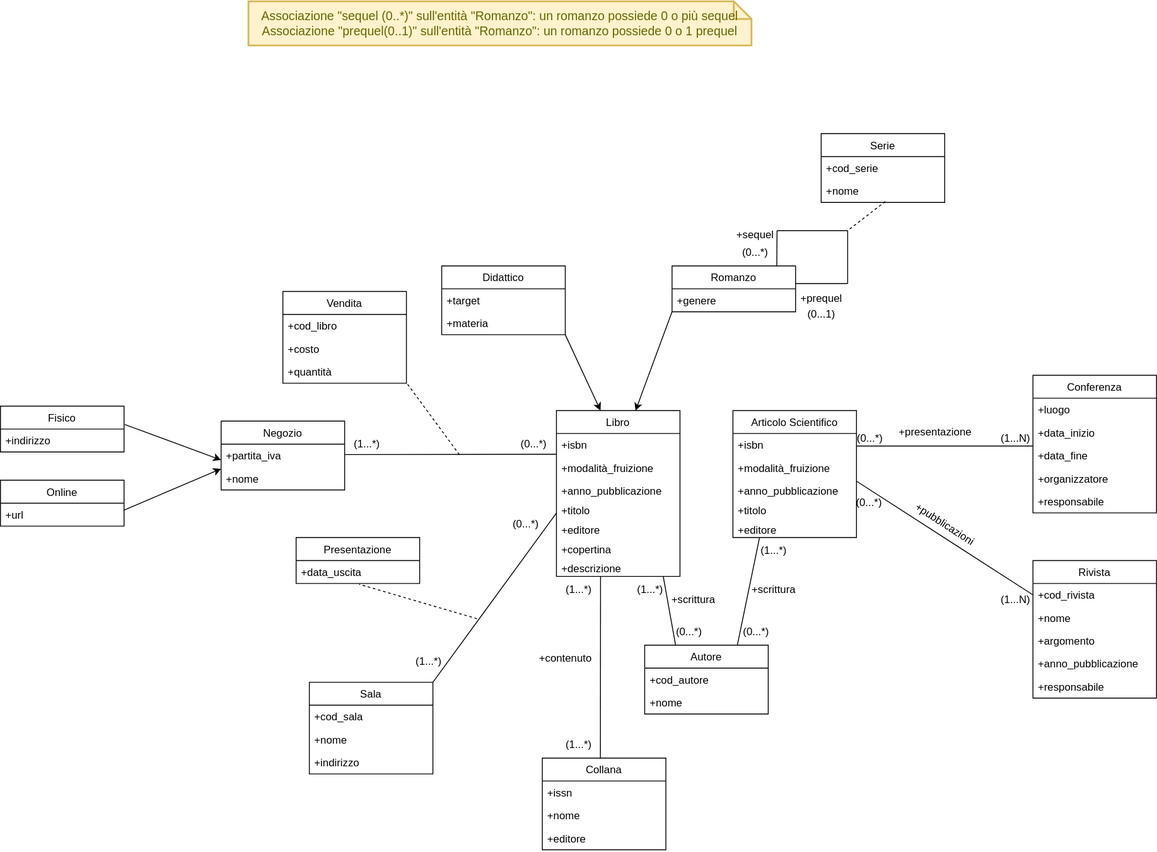
Before: Modello_Concettuale.drawio.svg, a diagram exported from draw.io (m3tt0/Progetto_OB_BASI). Source tidied: cells renumbered, new cells last; positions are measured from the earlier drawing's top-left corner, leaving out a move shared by most shapes.
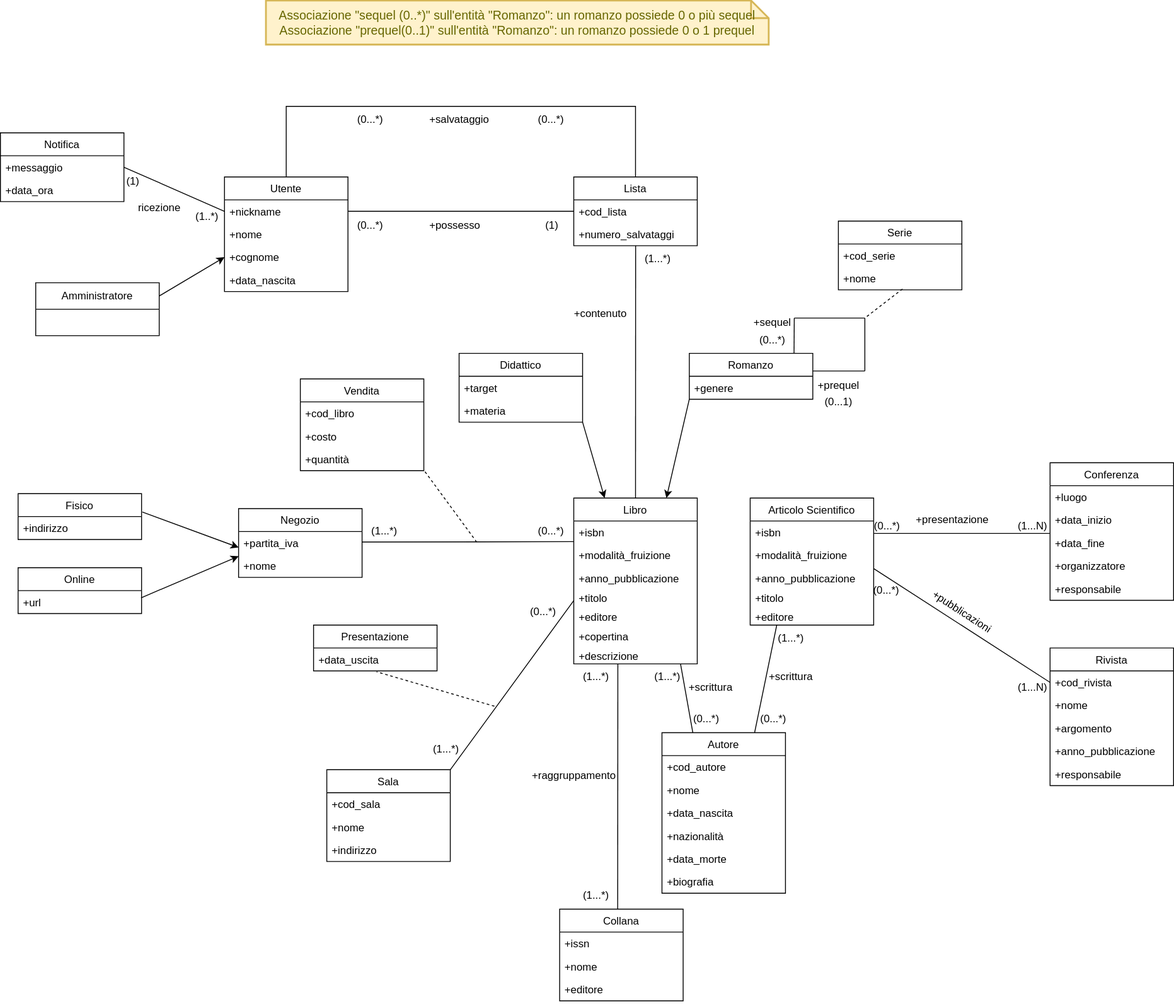
The same file after the commit.

What changed in the source:
```diff
@@ -63,7 +63,7 @@
       <mxGeometry y="122" width="140" height="22" as="geometry" />
     </mxCell>
     <mxCell id="22" value="Autore" style="swimlane;fontStyle=0;horizontal=1;startSize=26;fillColor=none;" parent="1" vertex="1">
-      <mxGeometry x="730" y="730" width="140" height="78" as="geometry" />
+      <mxGeometry x="730" y="730" width="140" height="182" as="geometry" />
     </mxCell>
     <mxCell id="23" value="+cod_autore" style="text;strokeColor=none;fillColor=none;align=left;verticalAlign=top;spacingLeft=4;spacingRight=4;overflow=hidden;" parent="22" vertex="1">
       <mxGeometry y="26" width="140" height="26" as="geometry" />
@@ -71,6 +71,18 @@
     <mxCell id="24" value="+nome" style="text;strokeColor=none;fillColor=none;align=left;verticalAlign=top;spacingLeft=4;spacingRight=4;overflow=hidden;" parent="22" vertex="1">
       <mxGeometry y="52" width="140" height="26" as="geometry" />
     </mxCell>
+    <mxCell id="103" value="+data_nascita" style="text;strokeColor=none;fillColor=none;align=left;verticalAlign=top;spacingLeft=4;spacingRight=4;overflow=hidden;" parent="22" vertex="1">
+      <mxGeometry y="78" width="140" height="26" as="geometry" />
+    </mxCell>
+    <mxCell id="104" value="+nazionalità" style="text;strokeColor=none;fillColor=none;align=left;verticalAlign=top;spacingLeft=4;spacingRight=4;overflow=hidden;" parent="22" vertex="1">
+      <mxGeometry y="104" width="140" height="26" as="geometry" />
+    </mxCell>
+    <mxCell id="105" value="+data_morte" style="text;strokeColor=none;fillColor=none;align=left;verticalAlign=top;spacingLeft=4;spacingRight=4;overflow=hidden;" parent="22" vertex="1">
+      <mxGeometry y="130" width="140" height="26" as="geometry" />
+    </mxCell>
+    <mxCell id="106" value="+biografia" style="text;strokeColor=none;fillColor=none;align=left;verticalAlign=top;spacingLeft=4;spacingRight=4;overflow=hidden;" parent="22" vertex="1">
+      <mxGeometry y="156" width="140" height="26" as="geometry" />
+    </mxCell>
     <mxCell id="25" style="endArrow=none;html=1;rounded=0;entryX=0.25;entryY=0;entryDx=0;entryDy=0;exitX=0.865;exitY=1.016;exitDx=0;exitDy=0;exitPerimeter=0;" parent="1" edge="1" source="15" target="22">
       <mxGeometry relative="1" as="geometry" />
     </mxCell>
@@ -198,10 +210,10 @@
     <mxCell id="65" value="+genere" style="text;strokeColor=none;fillColor=none;align=left;verticalAlign=top;spacingLeft=4;spacingRight=4;overflow=hidden;" parent="64" vertex="1">
       <mxGeometry y="26" width="140" height="26" as="geometry" />
     </mxCell>
-    <mxCell id="66" style="endArrow=classic;html=1;rounded=0;exitX=1;exitY=1;exitDx=0;exitDy=0;entryX=0.357;entryY=0;entryDx=0;entryDy=0;entryPerimeter=0;" parent="1" edge="1" source="61" target="8">
+    <mxCell id="66" style="endArrow=classic;html=1;rounded=0;exitX=1;exitY=1;exitDx=0;exitDy=0;entryX=0.25;entryY=0;entryDx=0;entryDy=0;" parent="1" edge="1" source="61" target="8">
       <mxGeometry relative="1" as="geometry" />
     </mxCell>
-    <mxCell id="67" style="endArrow=classic;html=1;rounded=0;exitX=0;exitY=1;exitDx=0;exitDy=0;entryX=0.64;entryY=0.001;entryDx=0;entryDy=0;entryPerimeter=0;" parent="1" edge="1" source="64" target="8">
+    <mxCell id="67" style="endArrow=classic;html=1;rounded=0;exitX=0;exitY=1;exitDx=0;exitDy=0;entryX=0.75;entryY=0;entryDx=0;entryDy=0;" parent="1" edge="1" source="64" target="8">
       <mxGeometry relative="1" as="geometry" />
     </mxCell>
     <mxCell id="68" style="endArrow=classic;html=1;rounded=0;entryX=0;entryY=0.692;entryDx=0;entryDy=0;entryPerimeter=0;exitX=1.006;exitY=0.4;exitDx=0;exitDy=0;exitPerimeter=0;" parent="1" edge="1" source="53" target="50">
@@ -220,7 +232,7 @@
       <mxGeometry relative="1" as="geometry" />
     </mxCell>
     <mxCell id="73" value="Collana" style="swimlane;fontStyle=0;horizontal=1;startSize=26;fillColor=none;" parent="1" vertex="1">
-      <mxGeometry x="614" y="858" width="140" height="104" as="geometry" />
+      <mxGeometry x="614" y="930" width="140" height="104" as="geometry" />
     </mxCell>
     <mxCell id="74" value="+issn" style="text;strokeColor=none;fillColor=none;align=left;verticalAlign=top;spacingLeft=4;spacingRight=4;overflow=hidden;" parent="73" vertex="1">
       <mxGeometry y="26" width="140" height="26" as="geometry" />
@@ -232,13 +244,13 @@
       <mxGeometry y="78" width="140" height="26" as="geometry" />
     </mxCell>
     <mxCell id="77" value="(1...*)" style="text;html=1;align=center;verticalAlign=middle;strokeColor=none;fillColor=none;" parent="1" vertex="1">
-      <mxGeometry x="630" y="828" width="50" height="30" as="geometry" />
+      <mxGeometry x="630" y="900" width="50" height="30" as="geometry" />
     </mxCell>
     <mxCell id="78" value="(1...*)" style="text;html=1;align=center;verticalAlign=middle;strokeColor=none;fillColor=none;" parent="1" vertex="1">
       <mxGeometry x="630" y="652" width="50" height="30" as="geometry" />
     </mxCell>
-    <mxCell id="79" value="+contenuto" style="text;html=1;align=center;verticalAlign=middle;strokeColor=none;fillColor=none;rotation=0;" parent="1" vertex="1">
-      <mxGeometry x="600" y="730" width="80" height="30" as="geometry" />
+    <mxCell id="79" value="+raggruppamento" style="text;html=1;align=center;verticalAlign=middle;strokeColor=none;fillColor=none;rotation=0;" parent="1" vertex="1">
+      <mxGeometry x="570" y="764" width="120" height="30" as="geometry" />
     </mxCell>
     <mxCell id="80" style="endArrow=none;html=1;rounded=0;entryX=0.001;entryY=0.73;entryDx=0;entryDy=0;entryPerimeter=0;exitX=1;exitY=0;exitDx=0;exitDy=0;" parent="1" edge="1" source="81" target="12">
       <mxGeometry relative="1" as="geometry" />
@@ -308,7 +320,7 @@
       <mxGeometry x="895" y="322" width="70" height="30" as="geometry" />
     </mxCell>
     <mxCell id="98" value="Associazione &quot;sequel (0..*)&quot; sull'entità &quot;Romanzo&quot;: un romanzo possiede 0 o più sequel&lt;br/&gt;Associazione &quot;prequel(0..1)&quot; sull'entità &quot;Romanzo&quot;: un romanzo possiede 0 o 1 prequel" style="shape=note;strokeWidth=2;fontSize=14;size=20;whiteSpace=wrap;html=1;fillColor=#fff2cc;strokeColor=#d6b656;fontColor=#666600;" parent="1" vertex="1">
-      <mxGeometry x="281" width="570" height="50" as="geometry" />
+      <mxGeometry x="281" y="-100" width="570" height="50" as="geometry" />
     </mxCell>
     <mxCell id="99" style="endArrow=none;dashed=1;html=1;rounded=0;exitX=0.519;exitY=0.962;exitDx=0;exitDy=0;exitPerimeter=0;" parent="1" edge="1" source="102">
       <mxGeometry relative="1" as="geometry">
@@ -324,5 +336,97 @@
     <mxCell id="102" value="+nome" style="text;strokeColor=none;fillColor=none;align=left;verticalAlign=top;spacingLeft=4;spacingRight=4;overflow=hidden;points=[[0,0.5],[1,0.5]];portConstraint=eastwest;" parent="100" vertex="1">
       <mxGeometry y="52" width="140" height="26" as="geometry" />
     </mxCell>
+    <mxCell id="107" value="Lista" style="swimlane;fontStyle=0;horizontal=1;startSize=26;fillColor=none;" parent="1" vertex="1">
+      <mxGeometry x="630" y="100" width="140" height="78" as="geometry" />
+    </mxCell>
+    <mxCell id="108" value="+cod_lista" style="text;strokeColor=none;fillColor=none;align=left;verticalAlign=top;spacingLeft=4;spacingRight=4;overflow=hidden;points=[[0,0.5],[1,0.5]];portConstraint=eastwest;" parent="107" vertex="1">
+      <mxGeometry y="26" width="140" height="26" as="geometry" />
+    </mxCell>
+    <mxCell id="109" value="+numero_salvataggi" style="text;strokeColor=none;fillColor=none;align=left;verticalAlign=top;spacingLeft=4;spacingRight=4;overflow=hidden;points=[[0,0.5],[1,0.5]];portConstraint=eastwest;" parent="107" vertex="1">
+      <mxGeometry y="52" width="140" height="26" as="geometry" />
+    </mxCell>
+    <mxCell id="110" style="endArrow=none;html=1;rounded=0;entryX=0.501;entryY=1;entryDx=0;entryDy=0;entryPerimeter=0;exitX=0.5;exitY=0;exitDx=0;exitDy=0;" parent="1" edge="1" source="8" target="109">
+      <mxGeometry relative="1" as="geometry" />
+    </mxCell>
+    <mxCell id="111" value="Utente" style="swimlane;fontStyle=0;horizontal=1;startSize=26;fillColor=none;" parent="1" vertex="1">
+      <mxGeometry x="234" y="100" width="140" height="130" as="geometry" />
+    </mxCell>
+    <mxCell id="112" value="+nickname" style="text;strokeColor=none;fillColor=none;align=left;verticalAlign=top;spacingLeft=4;spacingRight=4;overflow=hidden;points=[[0,0.5],[1,0.5]];portConstraint=eastwest;" parent="111" vertex="1">
+      <mxGeometry y="26" width="140" height="26" as="geometry" />
+    </mxCell>
+    <mxCell id="113" value="+nome" style="text;strokeColor=none;fillColor=none;align=left;verticalAlign=top;spacingLeft=4;spacingRight=4;overflow=hidden;" parent="111" vertex="1">
+      <mxGeometry y="52" width="140" height="26" as="geometry" />
+    </mxCell>
+    <mxCell id="114" value="+cognome" style="text;strokeColor=none;fillColor=none;align=left;verticalAlign=top;spacingLeft=4;spacingRight=4;overflow=hidden;points=[[0,0.5],[1,0.5]];portConstraint=eastwest;" parent="111" vertex="1">
+      <mxGeometry y="78" width="140" height="26" as="geometry" />
+    </mxCell>
+    <mxCell id="115" value="+data_nascita" style="text;strokeColor=none;fillColor=none;align=left;verticalAlign=top;spacingLeft=4;spacingRight=4;overflow=hidden;" parent="111" vertex="1">
+      <mxGeometry y="104" width="140" height="26" as="geometry" />
+    </mxCell>
+    <mxCell id="116" value="+contenuto" style="text;html=1;align=center;verticalAlign=middle;strokeColor=none;fillColor=none;rotation=0;" parent="1" vertex="1">
+      <mxGeometry x="620" y="240" width="80" height="30" as="geometry" />
+    </mxCell>
+    <mxCell id="117" style="endArrow=none;html=1;rounded=0;entryX=0;entryY=0.5;entryDx=0;entryDy=0;exitX=1;exitY=0.5;exitDx=0;exitDy=0;" parent="1" edge="1" target="108">
+      <mxGeometry relative="1" as="geometry">
+        <mxPoint x="374" y="139" as="sourcePoint" />
+      </mxGeometry>
+    </mxCell>
+    <mxCell id="118" value="(1...*)" style="text;html=1;align=center;verticalAlign=middle;strokeColor=none;fillColor=none;" parent="1" vertex="1">
+      <mxGeometry x="700" y="178" width="50" height="30" as="geometry" />
+    </mxCell>
+    <mxCell id="119" value="(1)" style="text;html=1;align=center;verticalAlign=middle;strokeColor=none;fillColor=none;" parent="1" vertex="1">
+      <mxGeometry x="585" y="140" width="40" height="30" as="geometry" />
+    </mxCell>
+    <mxCell id="120" value="(0...*)" style="text;html=1;align=center;verticalAlign=middle;strokeColor=none;fillColor=none;" parent="1" vertex="1">
+      <mxGeometry x="374" y="140" width="50" height="30" as="geometry" />
+    </mxCell>
+    <mxCell id="121" value="+possesso" style="text;html=1;align=center;verticalAlign=middle;strokeColor=none;fillColor=none;rotation=0;" parent="1" vertex="1">
+      <mxGeometry x="455" y="140" width="80" height="30" as="geometry" />
+    </mxCell>
+    <mxCell id="122" style="endArrow=none;html=1;rounded=0;exitX=0.5;exitY=0;exitDx=0;exitDy=0;entryX=0.5;entryY=0;entryDx=0;entryDy=0;" parent="1" edge="1" source="111" target="107">
+      <mxGeometry relative="1" as="geometry">
+        <Array as="points">
+          <mxPoint x="304" y="20" />
+          <mxPoint x="500" y="20" />
+          <mxPoint x="700" y="20" />
+        </Array>
+      </mxGeometry>
+    </mxCell>
+    <mxCell id="123" value="(0...*)" style="text;html=1;align=center;verticalAlign=middle;strokeColor=none;fillColor=none;" parent="1" vertex="1">
+      <mxGeometry x="374" y="20" width="50" height="30" as="geometry" />
+    </mxCell>
+    <mxCell id="124" value="(0...*)" style="text;html=1;align=center;verticalAlign=middle;strokeColor=none;fillColor=none;" parent="1" vertex="1">
+      <mxGeometry x="579" y="20" width="50" height="30" as="geometry" />
+    </mxCell>
+    <mxCell id="125" value="+salvataggio" style="text;html=1;align=center;verticalAlign=middle;strokeColor=none;fillColor=none;rotation=0;" parent="1" vertex="1">
+      <mxGeometry x="455" y="20" width="90" height="30" as="geometry" />
+    </mxCell>
+    <mxCell id="126" value="Amministratore" style="swimlane;fontStyle=0;horizontal=1;startSize=30;whiteSpace=wrap;html=1;" parent="1" vertex="1">
+      <mxGeometry x="20" y="220" width="140" height="60" as="geometry" />
+    </mxCell>
+    <mxCell id="127" style="endArrow=classic;html=1;rounded=0;entryX=0;entryY=0.5;entryDx=0;entryDy=0;exitX=1;exitY=0.25;exitDx=0;exitDy=0;" parent="1" edge="1" source="126" target="114">
+      <mxGeometry relative="1" as="geometry" />
+    </mxCell>
+    <mxCell id="128" style="endArrow=none;html=1;rounded=0;entryX=0;entryY=0.5;entryDx=0;entryDy=0;exitX=1;exitY=0.5;exitDx=0;exitDy=0;" parent="1" edge="1" source="130" target="112">
+      <mxGeometry relative="1" as="geometry" />
+    </mxCell>
+    <mxCell id="129" value="Notifica" style="swimlane;fontStyle=0;horizontal=1;startSize=26;fillColor=none;" parent="1" vertex="1">
+      <mxGeometry x="-20" y="50" width="140" height="78" as="geometry" />
+    </mxCell>
+    <mxCell id="130" value="+messaggio" style="text;strokeColor=none;fillColor=none;align=left;verticalAlign=top;spacingLeft=4;spacingRight=4;overflow=hidden;points=[[0,0.5],[1,0.5]];portConstraint=eastwest;" parent="129" vertex="1">
+      <mxGeometry y="26" width="140" height="26" as="geometry" />
+    </mxCell>
+    <mxCell id="131" value="+data_ora" style="text;strokeColor=none;fillColor=none;align=left;verticalAlign=top;spacingLeft=4;spacingRight=4;overflow=hidden;" parent="129" vertex="1">
+      <mxGeometry y="52" width="140" height="26" as="geometry" />
+    </mxCell>
+    <mxCell id="132" value="(1)" style="text;html=1;align=center;verticalAlign=middle;strokeColor=none;fillColor=none;" parent="1" vertex="1">
+      <mxGeometry x="110" y="90" width="40" height="30" as="geometry" />
+    </mxCell>
+    <mxCell id="133" value="(1..*)" style="text;html=1;align=center;verticalAlign=middle;strokeColor=none;fillColor=none;" parent="1" vertex="1">
+      <mxGeometry x="189" y="130" width="50" height="30" as="geometry" />
+    </mxCell>
+    <mxCell id="134" value="ricezione" style="text;html=1;align=center;verticalAlign=middle;strokeColor=none;fillColor=none;rotation=0;" parent="1" vertex="1">
+      <mxGeometry x="125" y="120" width="70" height="30" as="geometry" />
+    </mxCell>
   </root>
 </mxGraphModel>
```
